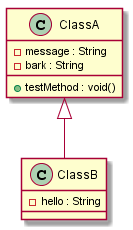
Earlier version of the PlantUML export JavaUMLParser/src/test/resources/Test-Case-3/output.png (MeenakshiParyani/CMPE-202).
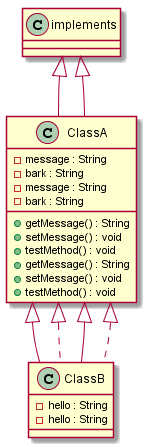
The same file after the commit.

Diff of the diagram source:
```diff
@@ -1,11 +1,25 @@
 @startuml
-class ClassA {
+class ClassA extends  implements  {
  -message : String
  -bark : String
- +testMethod : void()
+ +getMessage() : String
+ +setMessage() : void
+ +testMethod() : void
 }
 
-class ClassB extends ClassA {
+class ClassB extends ClassA implements ClassA {
+ -hello : String
+}
+
+class ClassA extends  implements  {
+ -message : String
+ -bark : String
+ +getMessage() : String
+ +setMessage() : void
+ +testMethod() : void
+}
+
+class ClassB extends ClassA implements ClassA {
  -hello : String
 }
 
```
